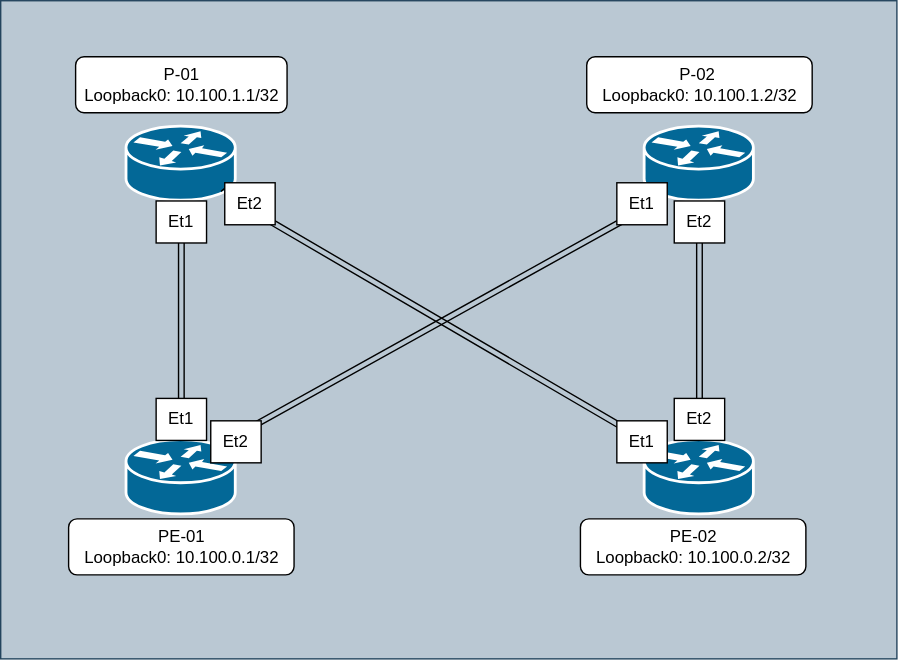
The draw.io diagram 01-isis-underlay/Underlay-Diagram.drawio.svg in garrett-seaba/labs, before a commit. Source tidied: cells renumbered, new cells last; positions are measured from the earlier drawing's top-left corner, leaving out a move shared by most shapes.
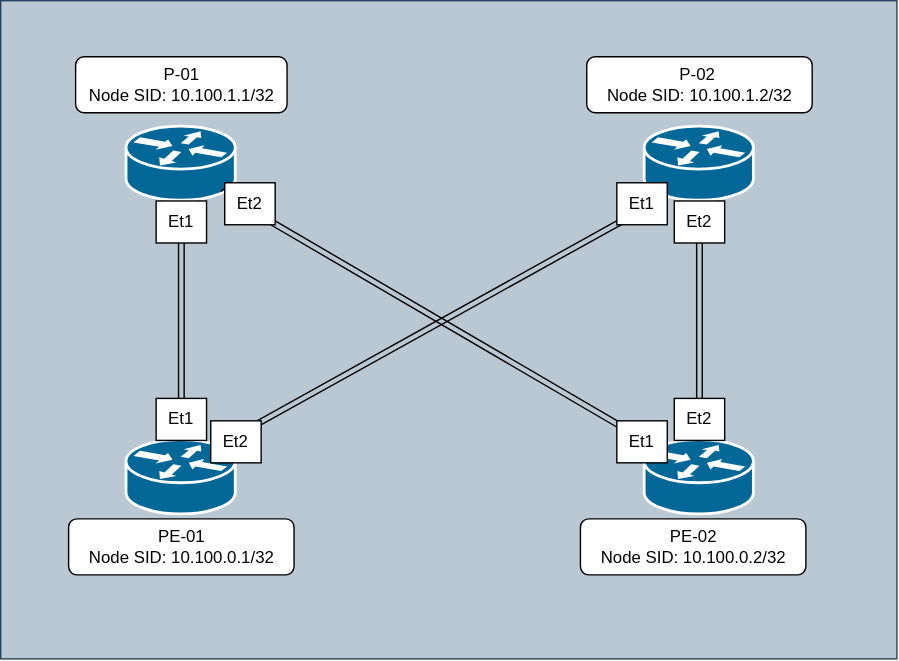
Later version of the same file.

Diff of the diagram source:
```diff
@@ -41,16 +41,16 @@
     <mxCell id="14" style="shape=link;html=1;rounded=0;exitX=0.88;exitY=0.9;exitDx=0;exitDy=0;exitPerimeter=0;entryX=0.12;entryY=0.1;entryDx=0;entryDy=0;entryPerimeter=0;" parent="1" edge="1" source="22" target="8">
       <mxGeometry relative="1" as="geometry" />
     </mxCell>
-    <mxCell id="15" value="P-01&lt;br&gt;&lt;div&gt;Loopback0: 10.100.1.1/32&lt;/div&gt;" style="text;html=1;whiteSpace=wrap;strokeColor=none;fillColor=none;align=center;verticalAlign=middle;rounded=0;" parent="1" vertex="1">
+    <mxCell id="15" value="P-01&lt;br&gt;&lt;div&gt;Node SID: 10.100.1.1/32&lt;/div&gt;" style="text;html=1;whiteSpace=wrap;strokeColor=none;fillColor=none;align=center;verticalAlign=middle;rounded=0;" parent="1" vertex="1">
       <mxGeometry x="53.5" y="45" width="151" height="30" as="geometry" />
     </mxCell>
-    <mxCell id="16" value="P-02&amp;nbsp;&lt;div&gt;Loopback0: 10.100.1.2/32&lt;/div&gt;" style="text;html=1;whiteSpace=wrap;strokeColor=none;fillColor=none;align=center;verticalAlign=middle;rounded=0;" parent="1" vertex="1">
+    <mxCell id="16" value="P-02&amp;nbsp;&lt;div&gt;Node SID: 10.100.1.2/32&lt;/div&gt;" style="text;html=1;whiteSpace=wrap;strokeColor=none;fillColor=none;align=center;verticalAlign=middle;rounded=0;" parent="1" vertex="1">
       <mxGeometry x="418.5" y="45" width="161" height="30" as="geometry" />
     </mxCell>
-    <mxCell id="17" value="PE-01&lt;br&gt;&lt;div&gt;Loopback0: 10.100.0.1/32&lt;/div&gt;" style="text;html=1;whiteSpace=wrap;strokeColor=none;fillColor=none;align=center;verticalAlign=middle;rounded=0;" parent="1" vertex="1">
+    <mxCell id="17" value="PE-01&lt;br&gt;&lt;div&gt;Node SID: 10.100.0.1/32&lt;/div&gt;" style="text;html=1;whiteSpace=wrap;strokeColor=none;fillColor=none;align=center;verticalAlign=middle;rounded=0;" parent="1" vertex="1">
       <mxGeometry x="53.5" y="375" width="151" height="30" as="geometry" />
     </mxCell>
-    <mxCell id="18" value="PE-02&lt;br&gt;&lt;div&gt;Loopback0: 10.100.0.2/32&lt;/div&gt;" style="text;html=1;whiteSpace=wrap;strokeColor=none;fillColor=none;align=center;verticalAlign=middle;rounded=0;" parent="1" vertex="1">
+    <mxCell id="18" value="PE-02&lt;br&gt;&lt;div&gt;Node SID: 10.100.0.2/32&lt;/div&gt;" style="text;html=1;whiteSpace=wrap;strokeColor=none;fillColor=none;align=center;verticalAlign=middle;rounded=0;" parent="1" vertex="1">
       <mxGeometry x="409.5" y="375" width="170" height="30" as="geometry" />
     </mxCell>
     <mxCell id="19" style="shape=link;html=1;rounded=0;exitX=0.5;exitY=0;exitDx=0;exitDy=0;exitPerimeter=0;entryX=0.5;entryY=1;entryDx=0;entryDy=0;entryPerimeter=0;" parent="1" edge="1" source="28" target="20">
```
